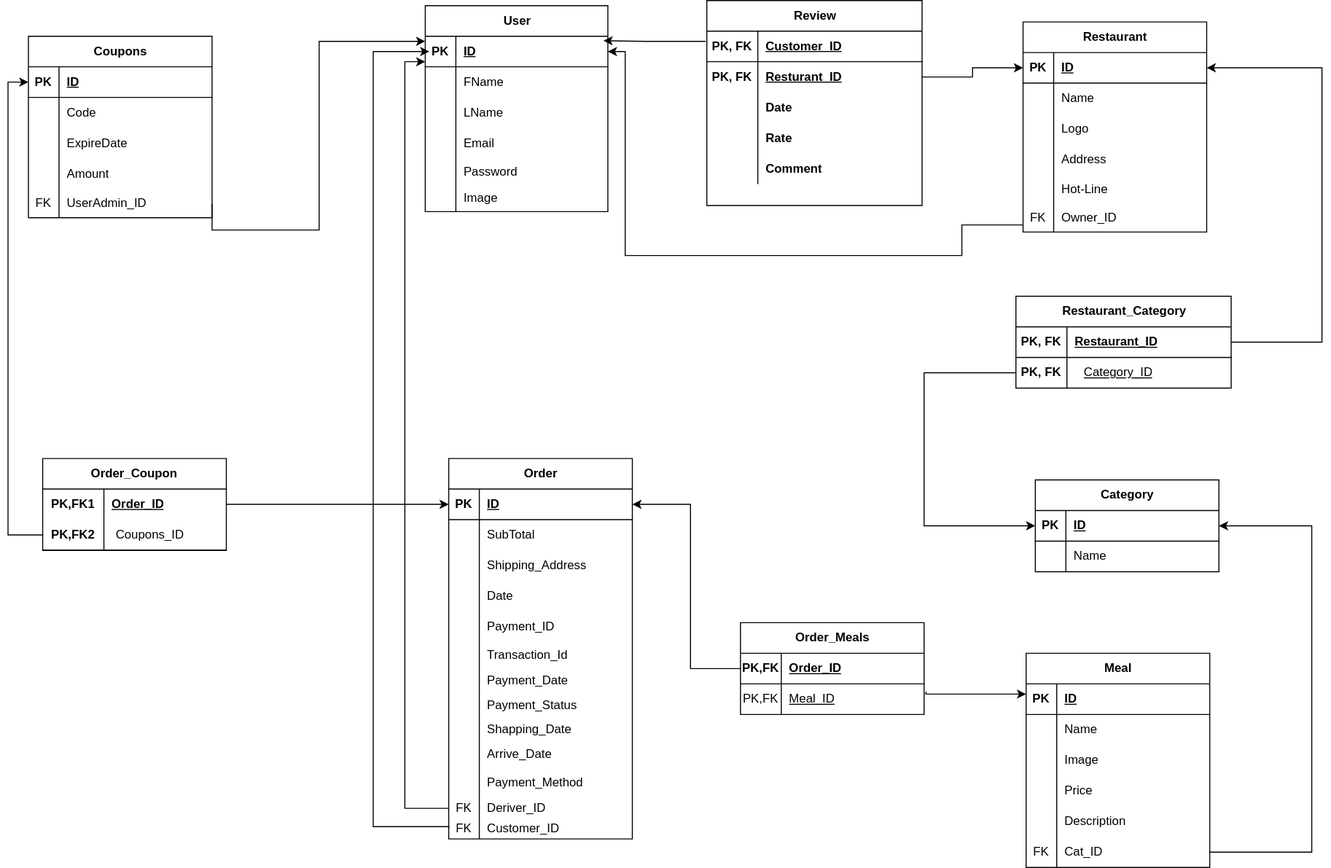
The draw.io diagram Mapping.drawio.svg in aya-abdelmageed/Order-Food-Online-System, before a commit. Source tidied: cells renumbered, new cells last; positions are measured from the earlier drawing's top-left corner, leaving out a move shared by most shapes.
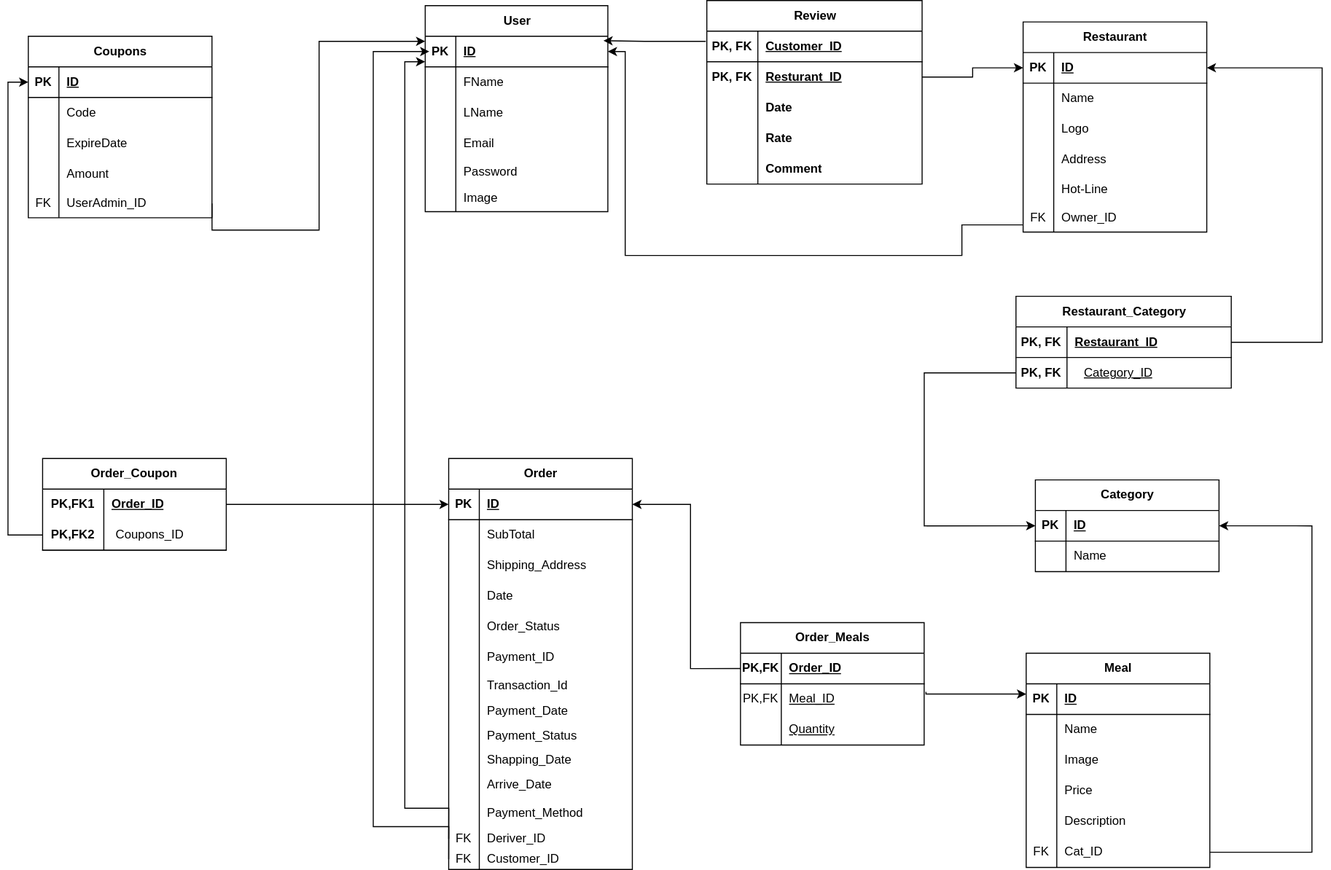
The same diagram one commit later.

What changed in the source:
```diff
@@ -186,7 +186,7 @@
       <mxGeometry x="30" width="150" height="30" as="geometry" />
     </mxCell>
     <mxCell id="63" value="Order" style="shape=table;startSize=30;rowLines=0;fontStyle=1;align=center;html=1;" parent="1" vertex="1">
-      <mxGeometry x="412" y="449" width="180" height="373" as="geometry" />
+      <mxGeometry x="412" y="449" width="180" height="403" as="geometry" />
     </mxCell>
     <mxCell id="64" style="shape=tableRow;horizontal=0;startSize=0;swimlaneHead=0;swimlaneBody=0;fillColor=none;points=[[0,0.5],[1,0.5]];portConstraint=eastwest;top=0;left=0;right=0;bottom=1;" parent="63" vertex="1">
       <mxGeometry y="30" width="180" height="30" as="geometry" />
@@ -224,8 +224,17 @@
     <mxCell id="75" value="Date" style="shape=partialRectangle;fillColor=none;top=0;left=0;bottom=0;right=0;align=left;spacingLeft=6;overflow=hidden;whiteSpace=wrap;html=1;" parent="73" vertex="1">
       <mxGeometry x="30" width="150" height="30" as="geometry" />
     </mxCell>
+    <mxCell id="178" style="shape=tableRow;horizontal=0;startSize=0;swimlaneHead=0;swimlaneBody=0;fillColor=none;top=0;left=0;right=0;bottom=0;" parent="63" vertex="1">
+      <mxGeometry y="150" width="180" height="30" as="geometry" />
+    </mxCell>
+    <mxCell id="179" style="shape=partialRectangle;fillColor=none;top=0;left=0;bottom=0;right=0;overflow=hidden;whiteSpace=wrap;html=1;" parent="178" vertex="1">
+      <mxGeometry width="30" height="30" as="geometry" />
+    </mxCell>
+    <mxCell id="180" value="Order_Status" style="shape=partialRectangle;fillColor=none;top=0;left=0;bottom=0;right=0;align=left;spacingLeft=6;overflow=hidden;whiteSpace=wrap;html=1;" parent="178" vertex="1">
+      <mxGeometry x="30" width="150" height="30" as="geometry" />
+    </mxCell>
     <mxCell id="76" style="shape=tableRow;horizontal=0;startSize=0;swimlaneHead=0;swimlaneBody=0;fillColor=none;top=0;left=0;right=0;bottom=0;" parent="63" vertex="1">
-      <mxGeometry y="150" width="180" height="30" as="geometry" />
+      <mxGeometry y="180" width="180" height="30" as="geometry" />
     </mxCell>
     <mxCell id="77" style="shape=partialRectangle;fillColor=none;top=0;left=0;bottom=0;right=0;overflow=hidden;whiteSpace=wrap;html=1;" parent="76" vertex="1">
       <mxGeometry width="30" height="30" as="geometry" />
@@ -234,7 +243,7 @@
       <mxGeometry x="30" width="150" height="30" as="geometry" />
     </mxCell>
     <mxCell id="79" style="shape=tableRow;horizontal=0;startSize=0;swimlaneHead=0;swimlaneBody=0;fillColor=none;top=0;left=0;right=0;bottom=0;" parent="63" vertex="1">
-      <mxGeometry y="180" width="180" height="26" as="geometry" />
+      <mxGeometry y="210" width="180" height="26" as="geometry" />
     </mxCell>
     <mxCell id="80" style="shape=partialRectangle;fillColor=none;top=0;left=0;bottom=0;right=0;overflow=hidden;whiteSpace=wrap;html=1;" parent="79" vertex="1">
       <mxGeometry width="30" height="26" as="geometry" />
@@ -243,7 +252,7 @@
       <mxGeometry x="30" width="150" height="26" as="geometry" />
     </mxCell>
     <mxCell id="82" style="shape=tableRow;horizontal=0;startSize=0;swimlaneHead=0;swimlaneBody=0;fillColor=none;top=0;left=0;right=0;bottom=0;" parent="63" vertex="1">
-      <mxGeometry y="206" width="180" height="24" as="geometry" />
+      <mxGeometry y="236" width="180" height="24" as="geometry" />
     </mxCell>
     <mxCell id="83" value="&lt;div&gt;&lt;br&gt;&lt;/div&gt;&lt;div&gt;&lt;br&gt;&lt;/div&gt;&lt;div&gt;&lt;br&gt;&lt;/div&gt;" style="shape=partialRectangle;fillColor=none;top=0;left=0;bottom=0;right=0;overflow=hidden;whiteSpace=wrap;html=1;" parent="82" vertex="1">
       <mxGeometry width="30" height="24" as="geometry" />
@@ -252,7 +261,7 @@
       <mxGeometry x="30" width="150" height="24" as="geometry" />
     </mxCell>
     <mxCell id="85" style="shape=tableRow;horizontal=0;startSize=0;swimlaneHead=0;swimlaneBody=0;fillColor=none;top=0;left=0;right=0;bottom=0;" parent="63" vertex="1">
-      <mxGeometry y="230" width="180" height="24" as="geometry" />
+      <mxGeometry y="260" width="180" height="24" as="geometry" />
     </mxCell>
     <mxCell id="86" value="&lt;div&gt;&lt;br&gt;&lt;/div&gt;&lt;div&gt;&lt;br&gt;&lt;/div&gt;&lt;div&gt;&lt;br&gt;&lt;/div&gt;" style="shape=partialRectangle;fillColor=none;top=0;left=0;bottom=0;right=0;overflow=hidden;whiteSpace=wrap;html=1;" parent="85" vertex="1">
       <mxGeometry width="30" height="24" as="geometry" />
@@ -261,7 +270,7 @@
       <mxGeometry x="30" width="150" height="24" as="geometry" />
     </mxCell>
     <mxCell id="88" style="shape=tableRow;horizontal=0;startSize=0;swimlaneHead=0;swimlaneBody=0;fillColor=none;top=0;left=0;right=0;bottom=0;" parent="63" vertex="1">
-      <mxGeometry y="254" width="180" height="24" as="geometry" />
+      <mxGeometry y="284" width="180" height="24" as="geometry" />
     </mxCell>
     <mxCell id="89" value="&lt;div&gt;&lt;br&gt;&lt;/div&gt;&lt;div&gt;&lt;br&gt;&lt;/div&gt;&lt;div&gt;&lt;br&gt;&lt;/div&gt;" style="shape=partialRectangle;fillColor=none;top=0;left=0;bottom=0;right=0;overflow=hidden;whiteSpace=wrap;html=1;" parent="88" vertex="1">
       <mxGeometry width="30" height="24" as="geometry" />
@@ -270,7 +279,7 @@
       <mxGeometry x="30" width="150" height="24" as="geometry" />
     </mxCell>
     <mxCell id="91" style="shape=tableRow;horizontal=0;startSize=0;swimlaneHead=0;swimlaneBody=0;fillColor=none;top=0;left=0;right=0;bottom=0;" parent="63" vertex="1">
-      <mxGeometry y="278" width="180" height="24" as="geometry" />
+      <mxGeometry y="308" width="180" height="24" as="geometry" />
     </mxCell>
     <mxCell id="92" value="&lt;div&gt;&lt;br&gt;&lt;/div&gt;&lt;div&gt;&lt;br&gt;&lt;/div&gt;&lt;div&gt;&lt;br&gt;&lt;/div&gt;" style="shape=partialRectangle;fillColor=none;top=0;left=0;bottom=0;right=0;overflow=hidden;whiteSpace=wrap;html=1;" parent="91" vertex="1">
       <mxGeometry width="30" height="24" as="geometry" />
@@ -279,7 +288,7 @@
       <mxGeometry x="30" width="150" height="24" as="geometry" />
     </mxCell>
     <mxCell id="94" style="shape=tableRow;horizontal=0;startSize=0;swimlaneHead=0;swimlaneBody=0;fillColor=none;top=0;left=0;right=0;bottom=0;" parent="63" vertex="1">
-      <mxGeometry y="302" width="180" height="31" as="geometry" />
+      <mxGeometry y="332" width="180" height="31" as="geometry" />
     </mxCell>
     <mxCell id="95" style="shape=partialRectangle;fillColor=none;top=0;left=0;bottom=0;right=0;overflow=hidden;whiteSpace=wrap;html=1;" parent="94" vertex="1">
       <mxGeometry width="30" height="31" as="geometry" />
@@ -288,7 +297,7 @@
       <mxGeometry x="30" width="150" height="31" as="geometry" />
     </mxCell>
     <mxCell id="97" style="shape=tableRow;horizontal=0;startSize=0;swimlaneHead=0;swimlaneBody=0;fillColor=none;points=[[0,0.5],[1,0.5]];portConstraint=eastwest;top=0;left=0;right=0;bottom=0;" parent="63" vertex="1">
-      <mxGeometry y="333" width="180" height="20" as="geometry" />
+      <mxGeometry y="363" width="180" height="20" as="geometry" />
     </mxCell>
     <mxCell id="98" value="FK" style="shape=partialRectangle;fillColor=none;top=0;left=0;bottom=0;right=0;overflow=hidden;whiteSpace=wrap;html=1;" parent="97" vertex="1">
       <mxGeometry width="30" height="20" as="geometry" />
@@ -297,7 +306,7 @@
       <mxGeometry x="30" width="150" height="20" as="geometry" />
     </mxCell>
     <mxCell id="100" style="shape=tableRow;horizontal=0;startSize=0;swimlaneHead=0;swimlaneBody=0;fillColor=none;points=[[0,0.5],[1,0.5]];portConstraint=eastwest;top=0;left=0;right=0;bottom=0;" parent="63" vertex="1">
-      <mxGeometry y="353" width="180" height="20" as="geometry" />
+      <mxGeometry y="383" width="180" height="20" as="geometry" />
     </mxCell>
     <mxCell id="101" value="FK" style="shape=partialRectangle;fillColor=none;top=0;left=0;bottom=0;right=0;overflow=hidden;whiteSpace=wrap;html=1;" parent="100" vertex="1">
       <mxGeometry width="30" height="20" as="geometry" />
@@ -424,7 +433,7 @@
       <mxGeometry relative="1" as="geometry" />
     </mxCell>
     <mxCell id="139" value="Order_Meals" style="shape=table;startSize=30;rowLines=0;fontStyle=1;align=center;html=1;" parent="1" vertex="1">
-      <mxGeometry x="698" y="610" width="180" height="90" as="geometry" />
+      <mxGeometry x="698" y="610" width="180" height="120" as="geometry" />
     </mxCell>
     <mxCell id="140" style="shape=tableRow;horizontal=0;startSize=0;swimlaneHead=0;swimlaneBody=0;fillColor=none;points=[[0,0.5],[1,0.5]];portConstraint=eastwest;top=0;left=0;right=0;bottom=1;" parent="139" vertex="1">
       <mxGeometry y="30" width="180" height="30" as="geometry" />
@@ -444,6 +453,15 @@
     <mxCell id="145" value="&lt;u&gt;Meal_ID&lt;/u&gt;" style="shape=partialRectangle;fillColor=none;top=0;left=0;bottom=0;right=0;align=left;spacingLeft=6;overflow=hidden;whiteSpace=wrap;html=1;" parent="143" vertex="1">
       <mxGeometry x="40" width="140" height="30" as="geometry" />
     </mxCell>
+    <mxCell id="181" style="shape=tableRow;horizontal=0;startSize=0;swimlaneHead=0;swimlaneBody=0;fillColor=none;top=0;left=0;right=0;bottom=0;" parent="139" vertex="1">
+      <mxGeometry y="90" width="180" height="30" as="geometry" />
+    </mxCell>
+    <mxCell id="182" style="shape=partialRectangle;fillColor=none;top=0;left=0;bottom=0;right=0;overflow=hidden;whiteSpace=wrap;html=1;" parent="181" vertex="1">
+      <mxGeometry width="40" height="30" as="geometry" />
+    </mxCell>
+    <mxCell id="183" value="&lt;u&gt;Quantity&lt;/u&gt;" style="shape=partialRectangle;fillColor=none;top=0;left=0;bottom=0;right=0;align=left;spacingLeft=6;overflow=hidden;whiteSpace=wrap;html=1;" parent="181" vertex="1">
+      <mxGeometry x="40" width="140" height="30" as="geometry" />
+    </mxCell>
     <mxCell id="146" style="edgeStyle=orthogonalEdgeStyle;rounded=0;jettySize=auto;html=1;exitX=1.01;exitY=0.26;exitDx=0;exitDy=0;exitPerimeter=0;" parent="1" edge="1" source="143">
       <mxGeometry relative="1" as="geometry">
         <mxPoint x="978" y="680" as="targetPoint" />
@@ -495,7 +513,7 @@
       </mxGeometry>
     </mxCell>
     <mxCell id="153" value="Review" style="shape=table;startSize=30;rowLines=0;fontStyle=1;align=center;html=1;" parent="1" vertex="1">
-      <mxGeometry x="665" width="211" height="201" as="geometry" />
+      <mxGeometry x="665" width="211" height="180" as="geometry" />
     </mxCell>
     <mxCell id="154" style="shape=tableRow;horizontal=0;startSize=0;swimlaneHead=0;swimlaneBody=0;fillColor=none;top=0;left=0;right=0;bottom=1;" parent="153" vertex="1">
       <mxGeometry y="30" width="211" height="30" as="geometry" />
```
